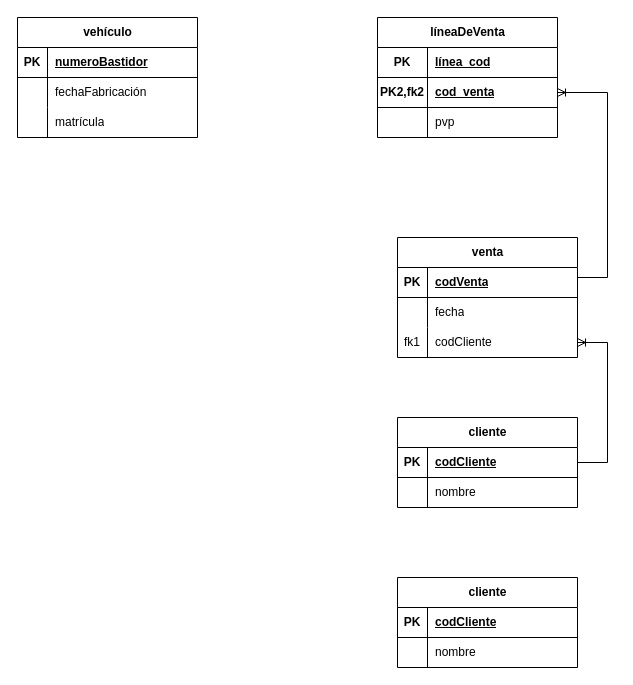
diazstdav24-ui/BDD keeps this draw.io diagram as ejercicio3.drawio. Above is the earlier version. Source tidied: cells renumbered, new cells numbered last; positions are measured from the earlier drawing's top-left corner, leaving out a move shared by most shapes. Both pictures are drawn from the tidied source at 100%, with x=0, y=0 at pixel (17, 17).
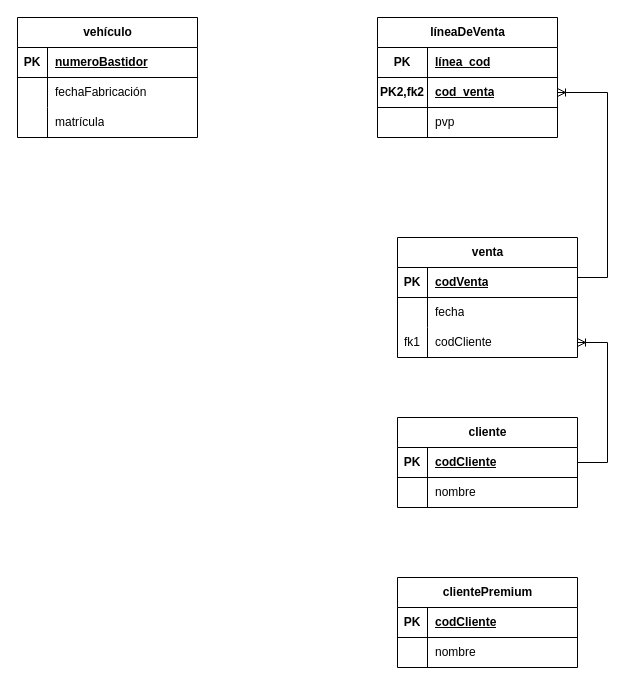
Above is the later version.

The edit, as a diff of the source:
```diff
@@
-    <mxCell id="41" value="cliente" style="shape=table;startSize=30;childLayout=tableLayout;rowLines=0;fontStyle=1;align=center;html=1;" parent="1" vertex="1">
+    <mxCell id="41" value="clientePremium" style="shape=table;startSize=30;childLayout=tableLayout;rowLines=0;fontStyle=1;align=center;html=1;" parent="1" vertex="1">
       <mxGeometry x="380" y="560" width="180" height="90" as="geometry" />
     </mxCell>
```
